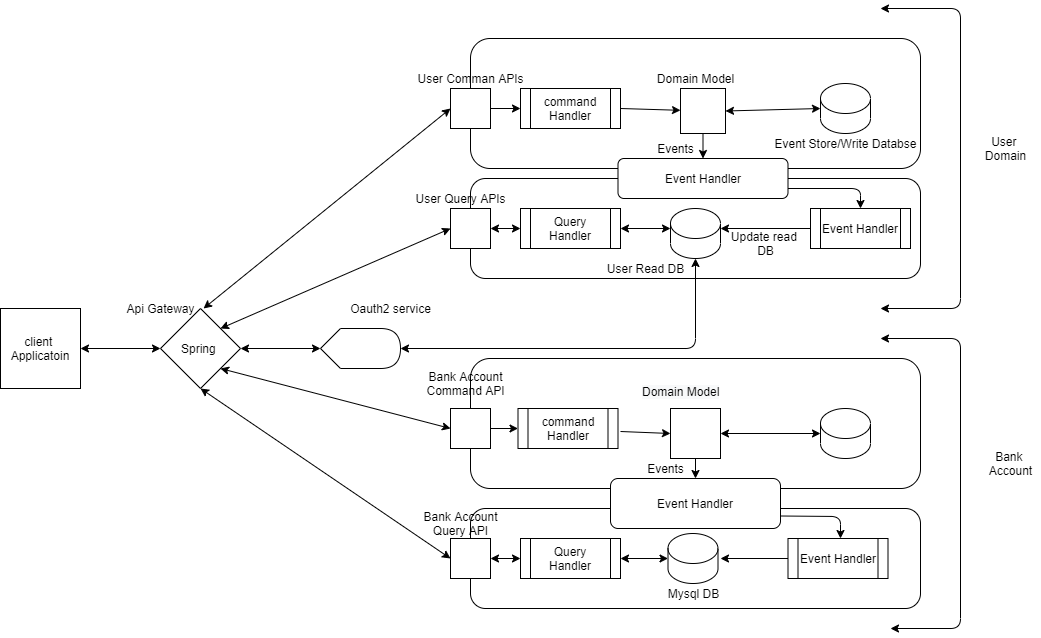
Before: Untitled Diagram.png, a diagram exported from draw.io (jaskirat13/CQRS). Source tidied: cells renumbered, new cells last; positions are measured from the earlier drawing's top-left corner, leaving out a move shared by most shapes.
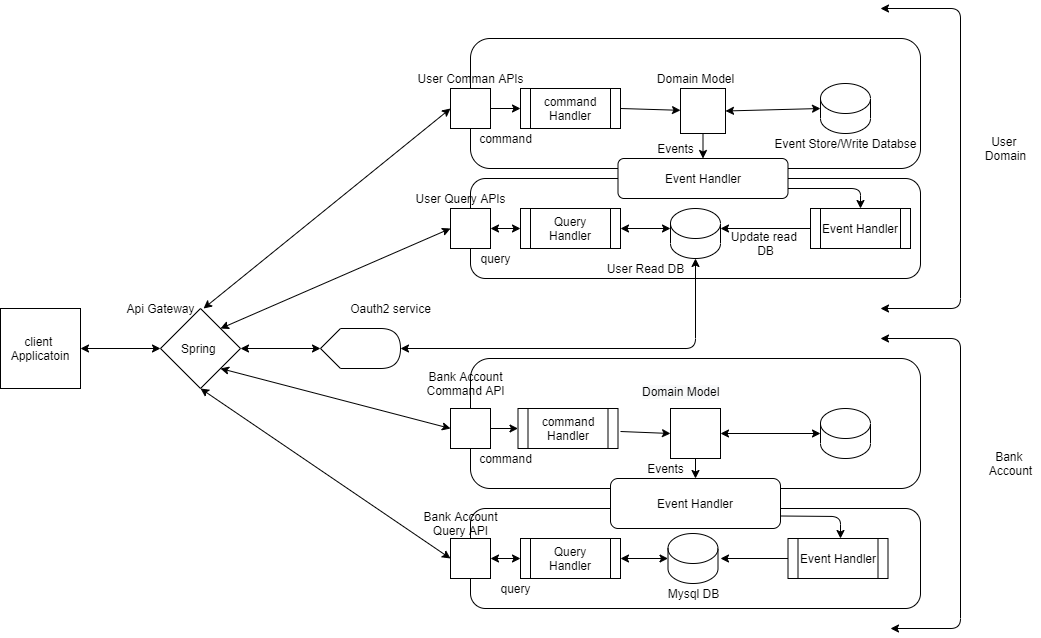
After the commit.

Change to the diagram source:
```diff
@@ -240,5 +240,17 @@
     <mxCell id="67" value="Bank &lt;br&gt;Account" style="text;html=1;align=center;verticalAlign=middle;strokeColor=none;" parent="1" vertex="1">
       <mxGeometry x="980" y="440" width="60" height="30" as="geometry" />
     </mxCell>
+    <mxCell id="68" value="command" style="text;html=1;align=center;verticalAlign=middle;strokeColor=none;" parent="1" vertex="1">
+      <mxGeometry x="470" y="120" width="70" height="20" as="geometry" />
+    </mxCell>
+    <mxCell id="69" value="query" style="text;html=1;align=center;verticalAlign=middle;strokeColor=none;" parent="1" vertex="1">
+      <mxGeometry x="470" y="240" width="50" height="20" as="geometry" />
+    </mxCell>
+    <mxCell id="70" value="query" style="text;html=1;align=center;verticalAlign=middle;strokeColor=none;" parent="1" vertex="1">
+      <mxGeometry x="490" y="570" width="50" height="20" as="geometry" />
+    </mxCell>
+    <mxCell id="71" value="command" style="text;html=1;align=center;verticalAlign=middle;strokeColor=none;" parent="1" vertex="1">
+      <mxGeometry x="470" y="440" width="70" height="20" as="geometry" />
+    </mxCell>
   </root>
 </mxGraphModel>
```
